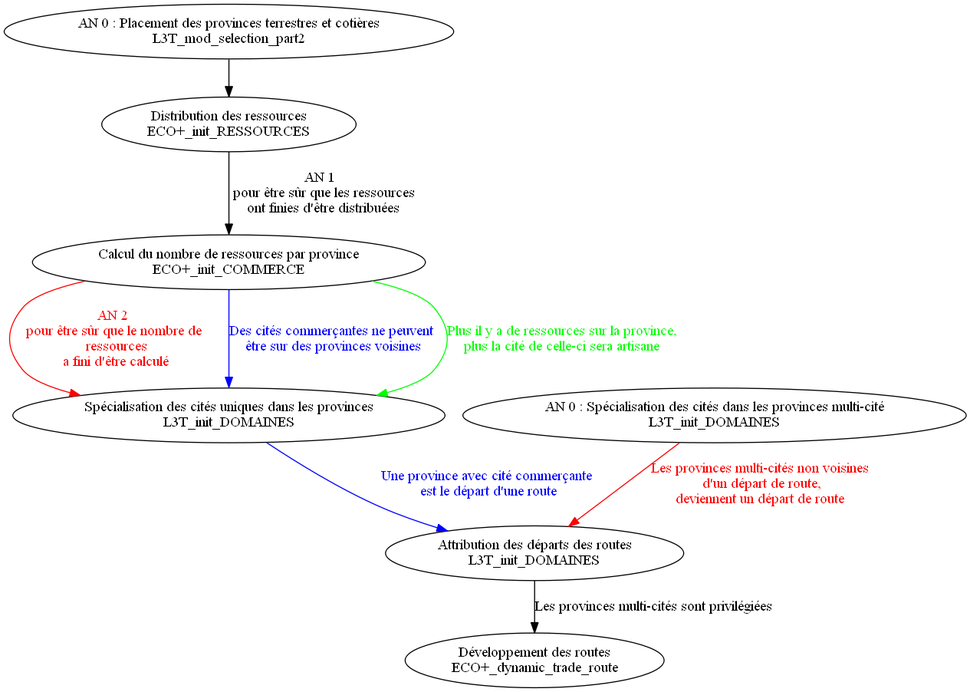
Above: ECO.png in ArkoG/L3T (Graphviz), before the change. Its source is kept beside it as ECO.gv. Its diagram source:
```dot
digraph G {
	node [shape=ellipse];
		{node [label="AN 0 : Placement des provinces terrestres et cotières\nL3T_mod_selection_part2"] n0;};
		{node [label="Distribution des ressources\nECO+_init_RESSOURCES"] n1;};
		{node [label="AN 0 : Spécialisation des cités dans les provinces multi-cité\nL3T_init_DOMAINES"] n2;};
		{node [label="Calcul du nombre de ressources par province\nECO+_init_COMMERCE"] n3;};
		{node [label="Spécialisation des cités uniques dans les provinces\nL3T_init_DOMAINES"] n4;};
		{node [label="Attribution des départs des routes\nL3T_init_DOMAINES"] n5;};
		{node [label="Développement des routes\nECO+_dynamic_trade_route"] n6;};

	n0 -> n1
	n1 -> n3  [label="AN 1 \n pour être sûr que les ressources\n ont finies d'être distribuées"]
	n3 -> n4  [label="AN 2 \n pour être sûr que le nombre de \n ressources\n a fini d'être calculé",len=1.00, fontcolor=red, color=red]
	n3 -> n4  [label="Des cités commerçantes ne peuvent\n être sur des provinces voisines",len=1.00, fontcolor=blue, color=blue]
	n3 -> n4  [label="Plus il y a de ressources sur la province,\nplus la cité de celle-ci sera artisane",len=1.00, fontcolor=green, color=green]
	n2 -> n5 [label="Les provinces multi-cités non voisines\n d'un départ de route,\ndeviennent un départ de route",len=1.00, fontcolor=red, color=red]
	n4 -> n5 [label="Une province avec cité commerçante\n est le départ d'une route",len=1.00, fontcolor=blue, color=blue]
	n5 -> n6 [label="Les provinces multi-cités sont privilégiées"]
}
```
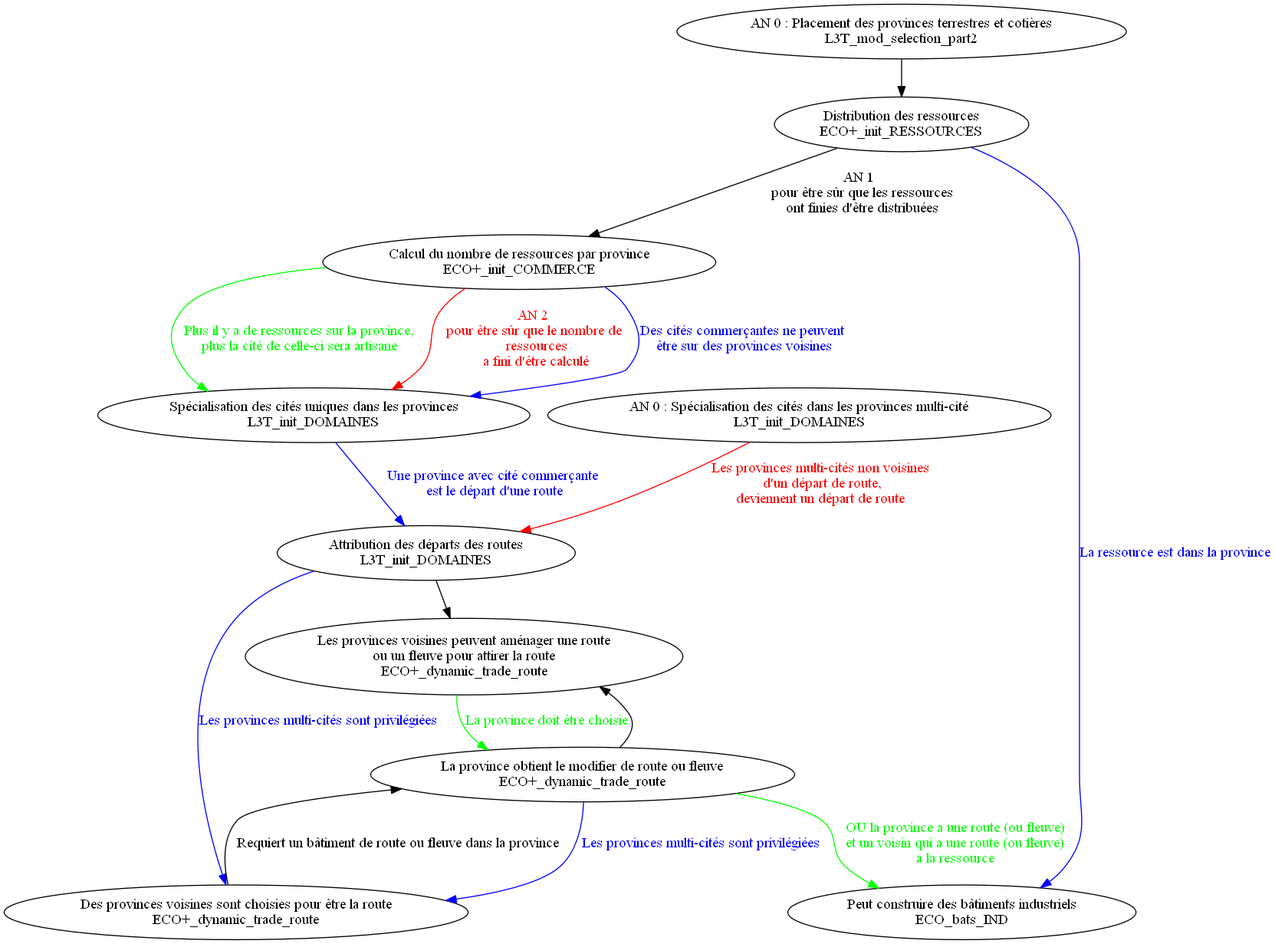
After the commit.

Commit message:
Met à jour le schéma de ECO

Détaille l'attribution du modifier route/fleuve avec le rôle du bâtiment
associé.
Exhibe le lien entre la route/fleuve et les ressources pour les
bâtiments industriels

Diff of the diagram source:
```diff
@@ -6,7 +6,10 @@
 		{node [label="Calcul du nombre de ressources par province\nECO+_init_COMMERCE"] n3;};
 		{node [label="Spécialisation des cités uniques dans les provinces\nL3T_init_DOMAINES"] n4;};
 		{node [label="Attribution des départs des routes\nL3T_init_DOMAINES"] n5;};
-		{node [label="Développement des routes\nECO+_dynamic_trade_route"] n6;};
+		{node [label="Les provinces voisines peuvent aménager une route\nou un fleuve pour attirer la route\nECO+_dynamic_trade_route"] n6;};
+		{node [label="Des provinces voisines sont choisies pour être la route\nECO+_dynamic_trade_route"] n7;};
+		{node [label="La province obtient le modifier de route ou fleuve\nECO+_dynamic_trade_route"] n8;};
+		{node [label="Peut construire des bâtiments industriels\nECO_bats_IND"] n9;};
 
 	n0 -> n1
 	n1 -> n3  [label="AN 1 \n pour être sûr que les ressources\n ont finies d'être distribuées"]
@@ -15,5 +18,13 @@
 	n3 -> n4  [label="Plus il y a de ressources sur la province,\nplus la cité de celle-ci sera artisane",len=1.00, fontcolor=green, color=green]
 	n2 -> n5 [label="Les provinces multi-cités non voisines\n d'un départ de route,\ndeviennent un départ de route",len=1.00, fontcolor=red, color=red]
 	n4 -> n5 [label="Une province avec cité commerçante\n est le départ d'une route",len=1.00, fontcolor=blue, color=blue]
-	n5 -> n6 [label="Les provinces multi-cités sont privilégiées"]
+	n5 -> n6
+	n5 -> n7 [label="Les provinces multi-cités sont privilégiées",len=1.00, fontcolor=blue, color=blue]
+	n6 -> n8 [label="La province doit être choisie",len=1.00, fontcolor=green, color=green]
+	n7 -> n8 [label="Requiert un bâtiment de route ou fleuve dans la province"]
+	n8 -> n6
+	n8 -> n7 [label="Les provinces multi-cités sont privilégiées",len=1.00, fontcolor=blue, color=blue]
+	n1 -> n9 [label="La ressource est dans la province",len=1.00, fontcolor=blue, color=blue]
+	n8 -> n9 [label="OU la province a une route (ou fleuve)\net un voisin qui a une route (ou fleuve)\na la ressource",len=1.00, fontcolor=green, color=green]
+
 }
```
